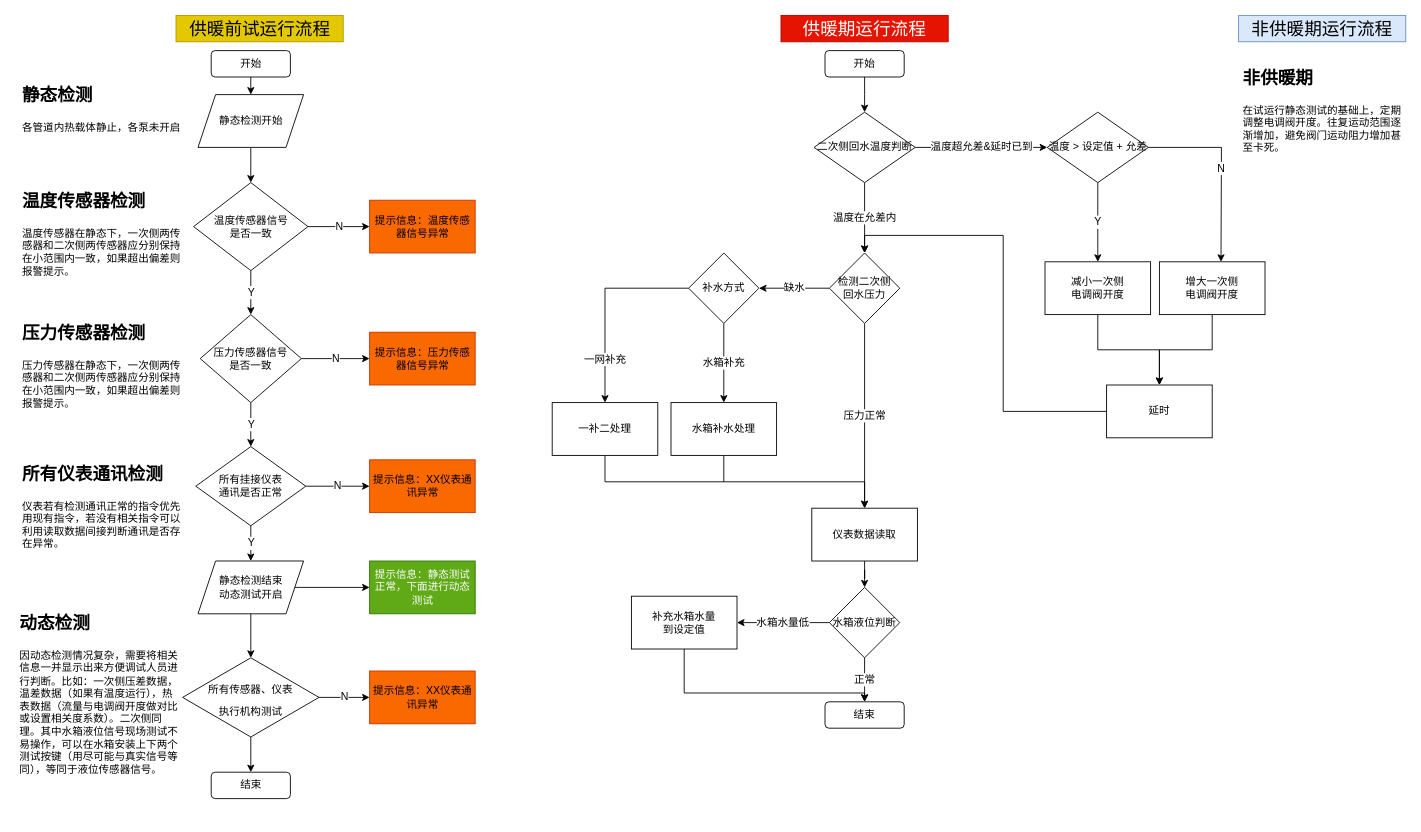
zhangjunlujing/zj001 keeps this draw.io diagram as 换热站控制流程.drawio. Above is the earlier version. Source tidied: cells renumbered, new cells numbered last; positions are measured from the earlier drawing's top-left corner, leaving out a move shared by most shapes. Both pictures are drawn from the tidied source at 88%, with x=0, y=0 at pixel (15, 15).
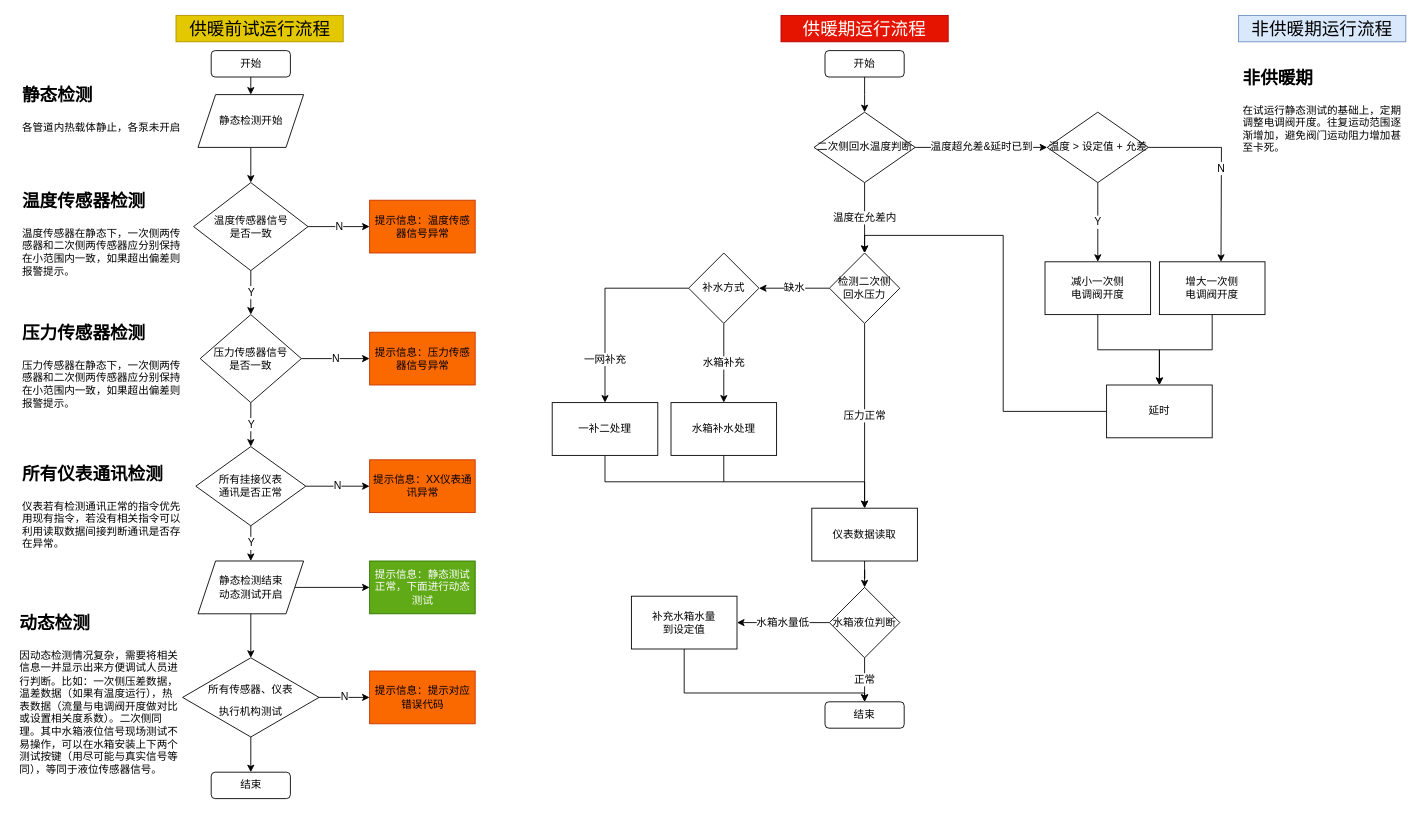
The same diagram, later.

Commit message (it also covers changes not shown here):
Update 换热站控制流程.drawio

What changed in the source:
```diff
@@
-    <mxCell id="33" value="提示信息：XX仪表通讯异常" style="rounded=0;whiteSpace=wrap;html=1;fontSize=12;fillColor=#fa6800;fontColor=#000000;strokeColor=#C73500;" parent="1" vertex="1">
+    <mxCell id="33" value="提示信息：提示对应错误代码" style="rounded=0;whiteSpace=wrap;html=1;fontSize=12;fillColor=#fa6800;fontColor=#000000;strokeColor=#C73500;" parent="1" vertex="1">
       <mxGeometry x="402.5" y="745" width="120" height="60" as="geometry" />
     </mxCell>
```
